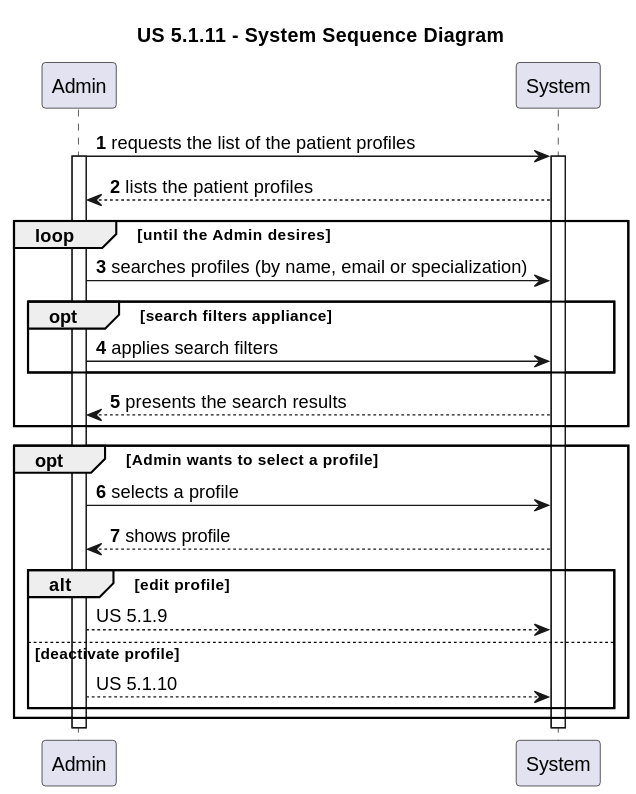
Above: docs/sprint-1/1220683/us-5.1.11/diagrams/SSD/us_5.1.11_system_sequence_diagram.svg in rita-barbosa/LAPR5-2425 (PlantUML), before the change. Its diagram source:
```plantuml
@startuml

title "US 5.1.11 - System Sequence Diagram"

autonumber

participant Admin as ADM
participant System as SYS

ADM -> SYS : requests the list of the patient profiles
activate ADM
activate SYS

SYS --> ADM : lists the patient profiles

    loop until the Admin desires
    ADM -> SYS : searches profiles (by name, email or specialization)

        opt search filters appliance
        ADM -> SYS : applies search filters
        end opt

    SYS --> ADM : presents the search results
    end loop

    opt Admin wants to select a profile

    ADM -> SYS : selects a profile
    SYS --> ADM : shows profile

autonumber stop
        alt edit profile

        ADM --> SYS : US 5.1.9

        else deactivate profile

            ADM --> SYS : US 5.1.10

        end alt

    end opt

autonumber stop

deactivate ADM
deactivate SYS
@enduml
```
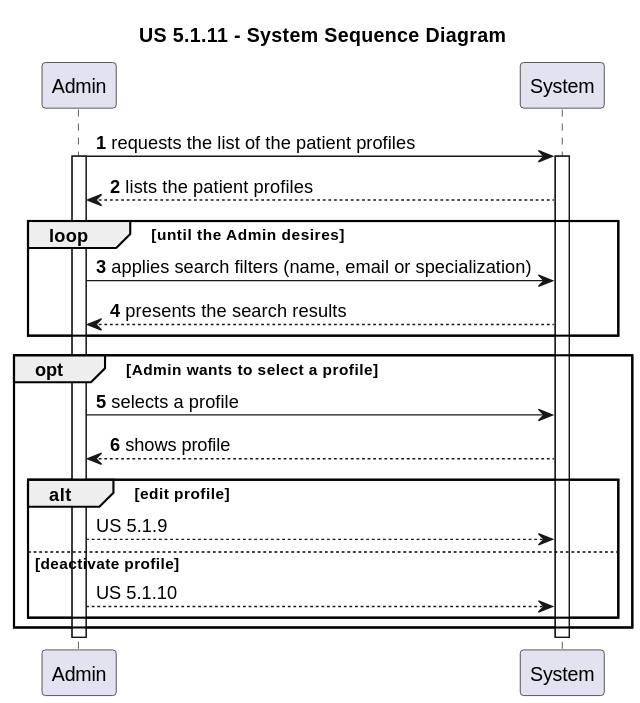
The same file after the commit.

Diff of the diagram source:
```diff
@@ -14,11 +14,8 @@
 SYS --> ADM : lists the patient profiles
 
     loop until the Admin desires
-    ADM -> SYS : searches profiles (by name, email or specialization)
 
-        opt search filters appliance
-        ADM -> SYS : applies search filters
-        end opt
+    ADM -> SYS : applies search filters (name, email or specialization)
 
     SYS --> ADM : presents the search results
     end loop
```
